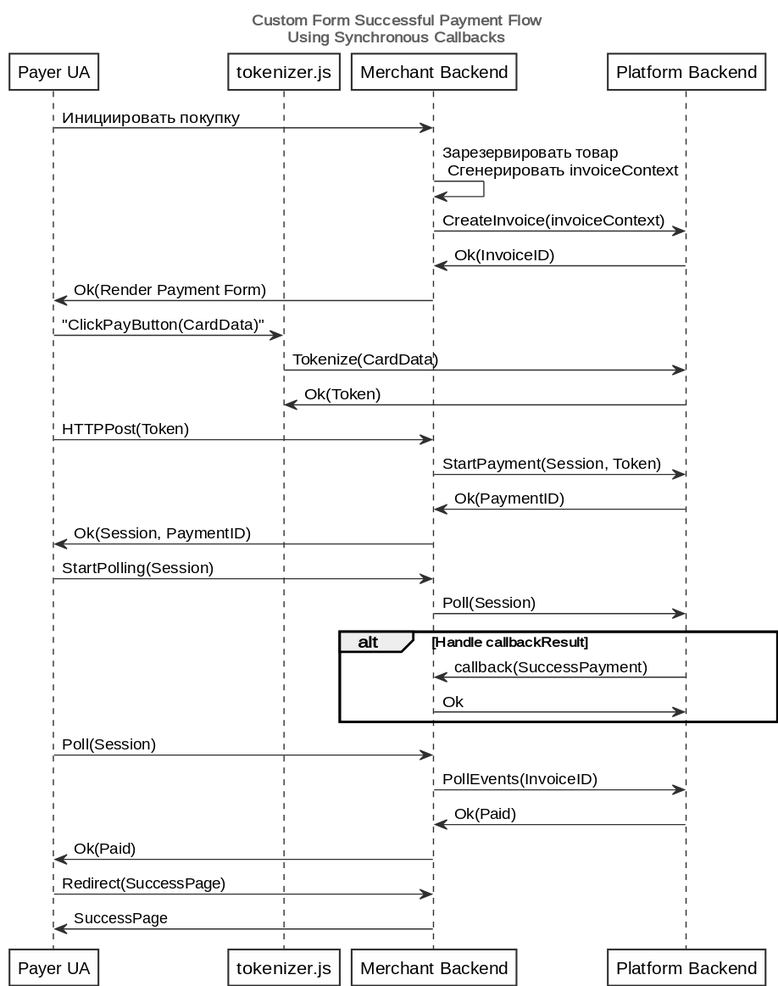
Above: content/wsd/custom_form_w_cb.svg in rbkmoney/docs (PlantUML), before the change. Its source is kept beside it as content/wsd/custom_form_w_cb.wsd.
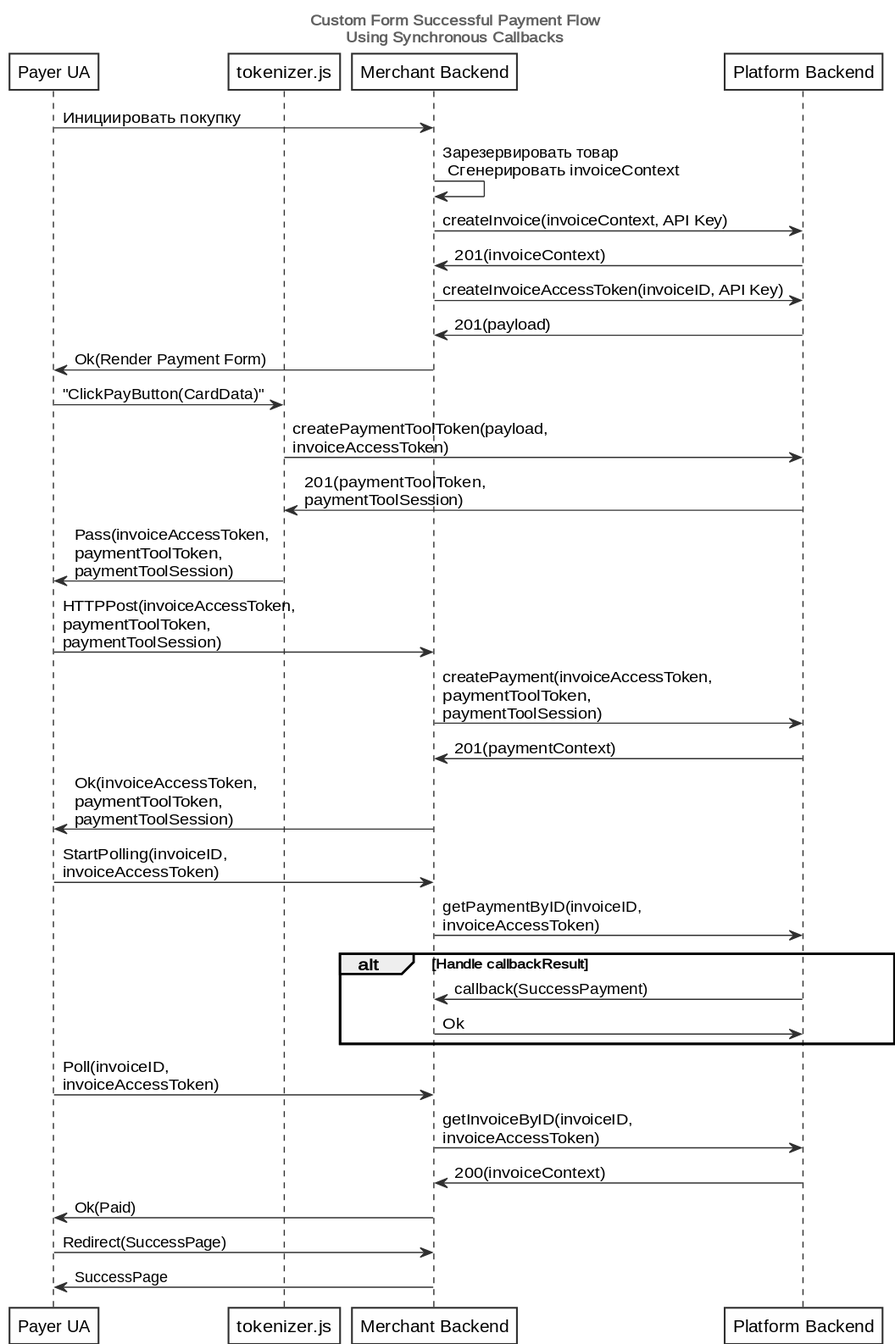
The same file after the commit.

What changed in the source:
```diff
@@ -14,33 +14,39 @@
 
 MBE -> MBE:  Зарезервировать товар \n Сгенерировать invoiceContext
 
-MBE -> PBE: CreateInvoice(invoiceContext)
-PBE -> MBE: Ok(InvoiceID)
+MBE -> PBE: createInvoice(invoiceContext, API Key)
+PBE -> MBE: 201(invoiceContext)
+
+MBE -> PBE: createInvoiceAccessToken(invoiceID, API Key)
+PBE -> MBE: 201(payload)
+
 
 MBE -> UA: Ok(Render Payment Form)
 
 UA -> TKN: "ClickPayButton(CardData)"
 
-TKN -> PBE: Tokenize(CardData)
-PBE -> TKN: Ok(Token)
+TKN -> PBE: createPaymentToolToken(payload,\ninvoiceAccessToken)
+PBE -> TKN: 201(paymentToolToken,\npaymentToolSession)
 
-UA -> MBE: HTTPPost(Token)
+TKN -> UA: Pass(invoiceAccessToken,\npaymentToolToken,\npaymentToolSession)
 
-MBE -> PBE: StartPayment(Session, Token)
-PBE -> MBE: Ok(PaymentID)
-MBE -> UA: Ok(Session, PaymentID)
+UA -> MBE: HTTPPost(invoiceAccessToken,\npaymentToolToken,\npaymentToolSession)
 
-UA -> MBE: StartPolling(Session)
-MBE -> PBE: Poll(Session)
+MBE -> PBE: createPayment(invoiceAccessToken,\npaymentToolToken,\npaymentToolSession)
+PBE -> MBE: 201(paymentContext)
+MBE -> UA: Ok(invoiceAccessToken,\npaymentToolToken,\npaymentToolSession)
+
+UA -> MBE: StartPolling(invoiceID,\ninvoiceAccessToken)
+MBE -> PBE: getPaymentByID(invoiceID,\ninvoiceAccessToken)
 
 alt Handle callbackResult
 PBE -> MBE: callback(SuccessPayment)
 MBE -> PBE: Ok
 end
 
-UA -> MBE: Poll(Session)
-MBE -> PBE: PollEvents(InvoiceID)
-PBE -> MBE: Ok(Paid)
+UA -> MBE: Poll(invoiceID,\ninvoiceAccessToken)
+MBE -> PBE: getInvoiceByID(invoiceID,\ninvoiceAccessToken)
+PBE -> MBE: 200(invoiceContext)
 
 MBE -> UA: Ok(Paid)
 
```
